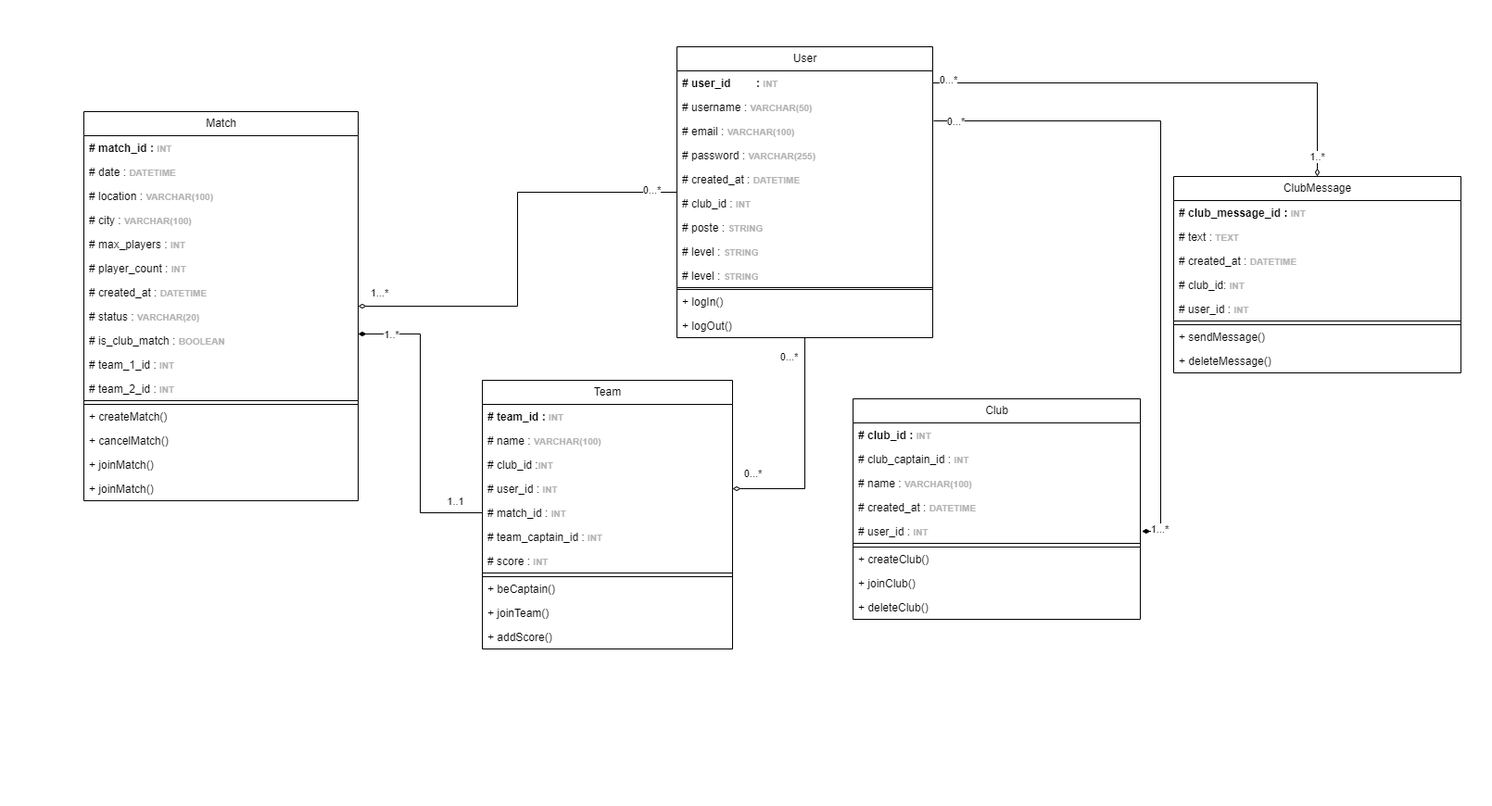
Mathistrg/Styx keeps this draw.io diagram as UML Classes.drawio.png. Above is the earlier version. Source tidied: cells renumbered, new cells last; positions are measured from the earlier drawing's top-left corner, leaving out a move shared by most shapes.
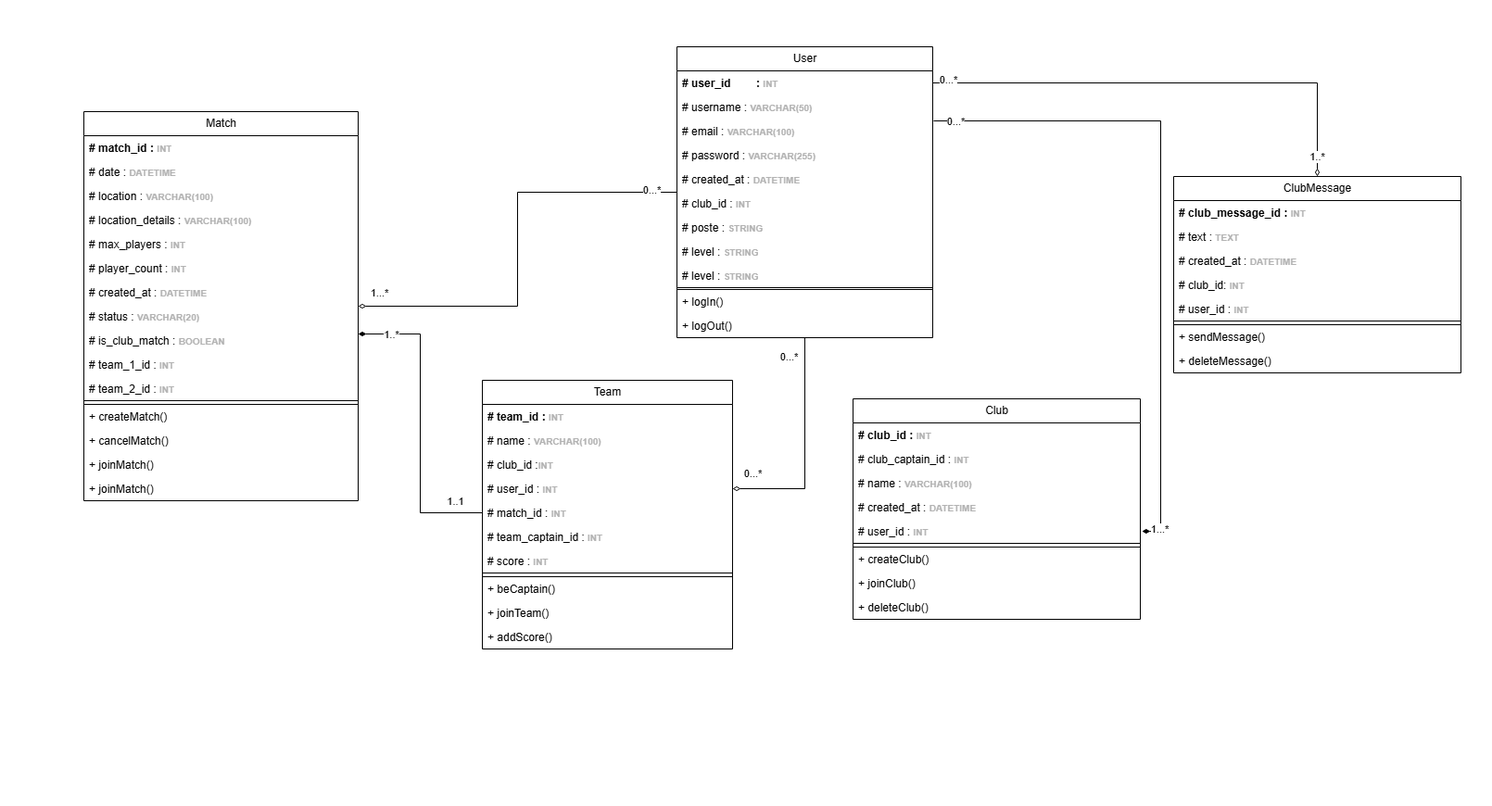
The same file after the commit.

Commit message:
Mettre à jour UML Classes.drawio.png

Diff of the diagram source:
```diff
@@ -67,7 +67,7 @@
     <mxCell id="22" value="# location :&amp;nbsp;&lt;b style=&quot;color: rgb(179, 179, 179); font-size: 10px;&quot;&gt;VARCHAR(100)&amp;nbsp;&lt;/b&gt;" style="text;strokeColor=none;fillColor=none;align=left;verticalAlign=top;spacingLeft=4;spacingRight=4;overflow=hidden;whiteSpace=wrap;html=1;" parent="19" vertex="1">
       <mxGeometry y="78" width="296" height="26" as="geometry" />
     </mxCell>
-    <mxCell id="23" value="# city :&amp;nbsp;&lt;b style=&quot;color: rgb(179, 179, 179); font-size: 10px;&quot;&gt;VARCHAR(100)&amp;nbsp;&lt;/b&gt;" style="text;strokeColor=none;fillColor=none;align=left;verticalAlign=top;spacingLeft=4;spacingRight=4;overflow=hidden;whiteSpace=wrap;html=1;" parent="19" vertex="1">
+    <mxCell id="23" value="# location_details :&amp;nbsp;&lt;b style=&quot;color: rgb(179, 179, 179); font-size: 10px;&quot;&gt;VARCHAR(100)&amp;nbsp;&lt;/b&gt;" style="text;strokeColor=none;fillColor=none;align=left;verticalAlign=top;spacingLeft=4;spacingRight=4;overflow=hidden;whiteSpace=wrap;html=1;" parent="19" vertex="1">
       <mxGeometry y="104" width="296" height="26" as="geometry" />
     </mxCell>
     <mxCell id="24" value="# max_players :&amp;nbsp;&lt;b style=&quot;color: rgb(179, 179, 179); font-size: 10px;&quot;&gt;INT&amp;nbsp;&lt;/b&gt;" style="text;strokeColor=none;fillColor=none;align=left;verticalAlign=top;spacingLeft=4;spacingRight=4;overflow=hidden;whiteSpace=wrap;html=1;" parent="19" vertex="1">
```
